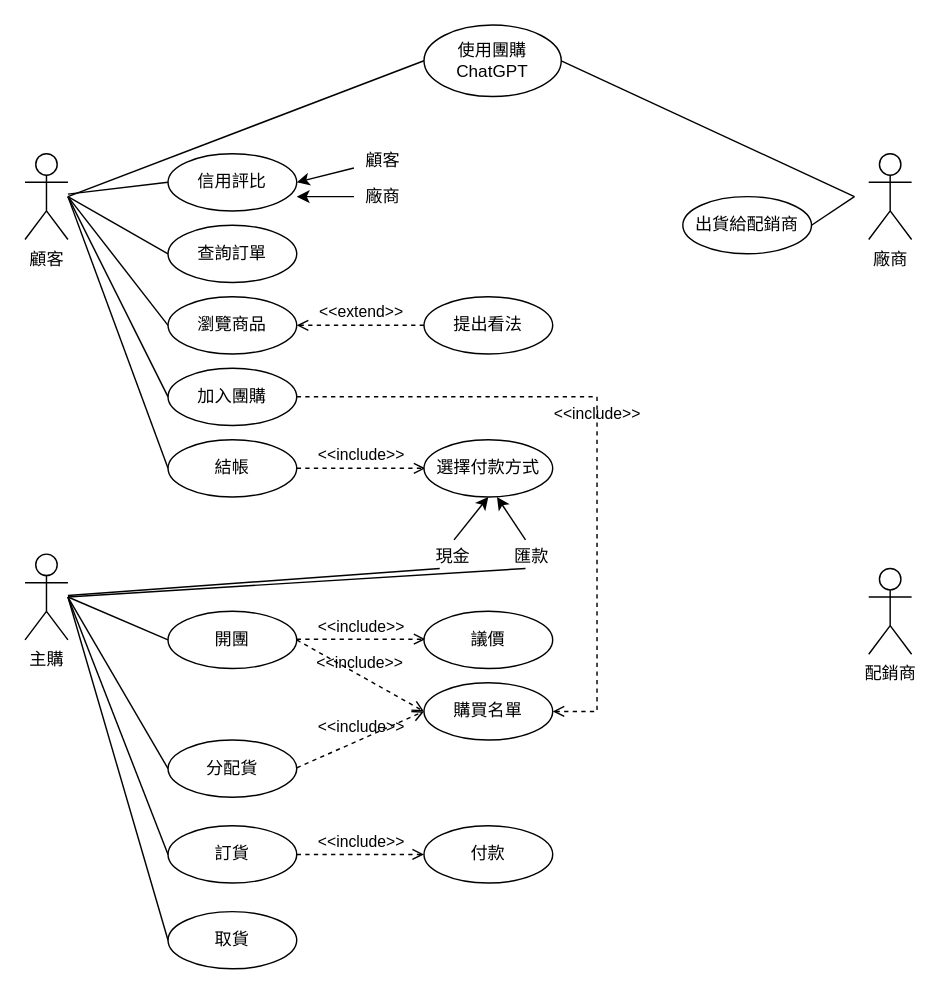
Before: SA_UserCaseDiagram.drawio in liangyinglly/library-diagram, a draw.io diagram. Source tidied: cells renumbered, new cells numbered last; positions are measured from the earlier drawing's top-left corner, leaving out a move shared by most shapes. Both pictures are drawn from the tidied source at 143%, with x=0, y=0 at pixel (24, 24).
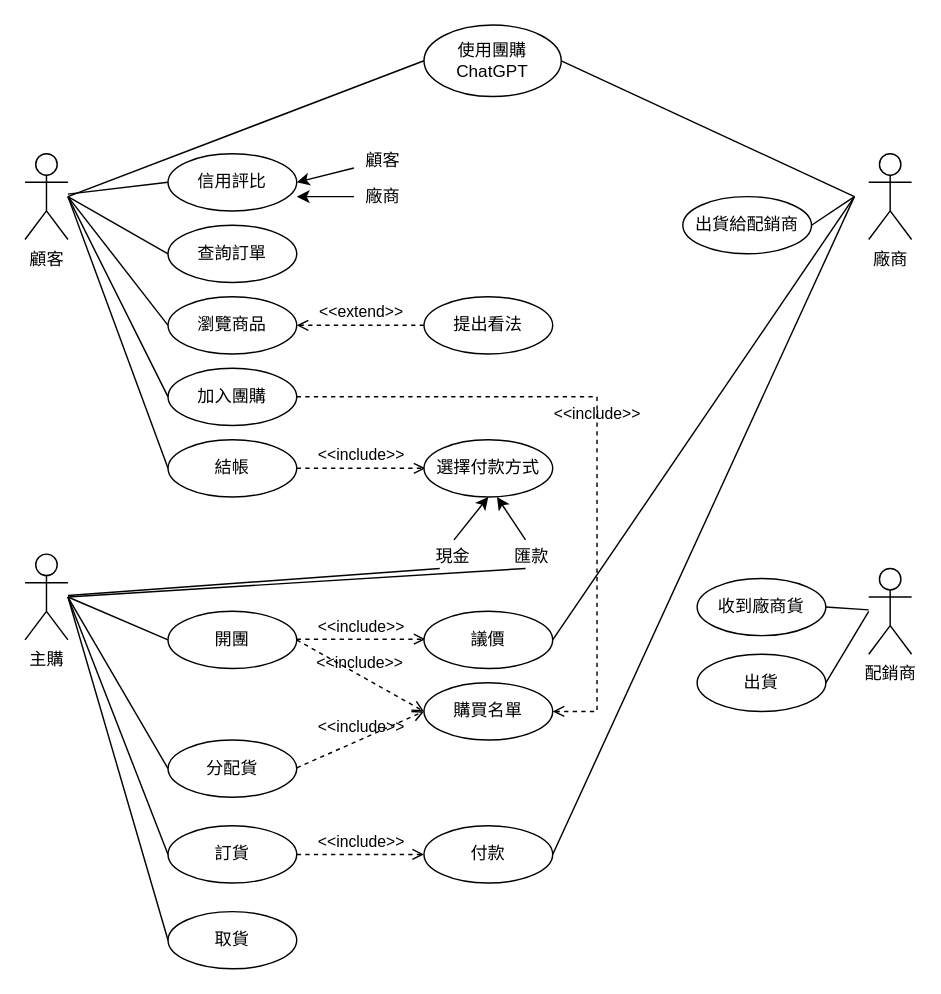
The same page after the edit.

The change refers to these unchanged cells:
```xml
<mxCell id="26" value="議價" style="ellipse;whiteSpace=wrap;html=1;" parent="1" vertex="1">
  <mxGeometry x="279" y="410" width="90" height="40" as="geometry" />
</mxCell>
<mxCell id="30" value="付款" style="ellipse;whiteSpace=wrap;html=1;" parent="1" vertex="1">
  <mxGeometry x="279" y="560" width="90" height="40" as="geometry" />
</mxCell>
<mxCell id="50" value="配銷商" style="shape=umlActor;verticalLabelPosition=bottom;verticalAlign=top;html=1;outlineConnect=0;" parent="1" vertex="1">
  <mxGeometry x="590" y="380" width="30" height="60" as="geometry" />
</mxCell>
```

Diff of the diagram source:
```diff
@@
+    <mxCell id="51" value="收到廠商貨" style="ellipse;whiteSpace=wrap;html=1;" parent="1" vertex="1">
+      <mxGeometry x="470" y="387" width="90" height="40" as="geometry" />
+    </mxCell>
+    <mxCell id="52" value="出貨" style="ellipse;whiteSpace=wrap;html=1;" parent="1" vertex="1">
+      <mxGeometry x="470" y="440" width="90" height="40" as="geometry" />
+    </mxCell>
+    <mxCell id="53" style="endArrow=none;html=1;rounded=0;exitX=1;exitY=0.5;exitDx=0;exitDy=0;" parent="1" edge="1" source="51" target="50">
+      <mxGeometry relative="1" as="geometry" />
+    </mxCell>
+    <mxCell id="54" style="endArrow=none;html=1;rounded=0;exitX=1;exitY=0.5;exitDx=0;exitDy=0;" parent="1" edge="1" source="52">
+      <mxGeometry relative="1" as="geometry">
+        <mxPoint x="590" y="410" as="targetPoint" />
+      </mxGeometry>
+    </mxCell>
+    <mxCell id="55" style="endArrow=none;html=1;rounded=0;exitX=1;exitY=0.5;exitDx=0;exitDy=0;" parent="1" edge="1" source="26">
+      <mxGeometry relative="1" as="geometry">
+        <mxPoint x="580" y="120" as="targetPoint" />
+      </mxGeometry>
+    </mxCell>
+    <mxCell id="56" style="endArrow=none;html=1;rounded=0;exitX=1;exitY=0.5;exitDx=0;exitDy=0;" parent="1" edge="1" source="30">
+      <mxGeometry relative="1" as="geometry">
+        <mxPoint x="580" y="120" as="targetPoint" />
+      </mxGeometry>
+    </mxCell>
```
